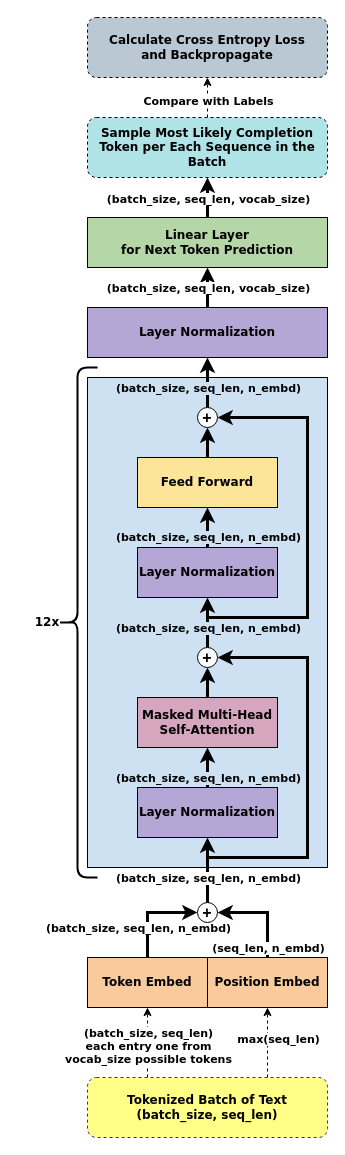
Before: 9 - Reproducing GPT-2/images/gpt2_layout_shuffle_shapes.drawio in MK2112/nn-zero-to-hero-notes, a draw.io diagram. Source tidied: cells renumbered, new cells numbered last; positions are measured from the earlier drawing's top-left corner, leaving out a move shared by most shapes. Both pictures are drawn from the tidied source at 100%, with x=0, y=0 at pixel (17, 17).
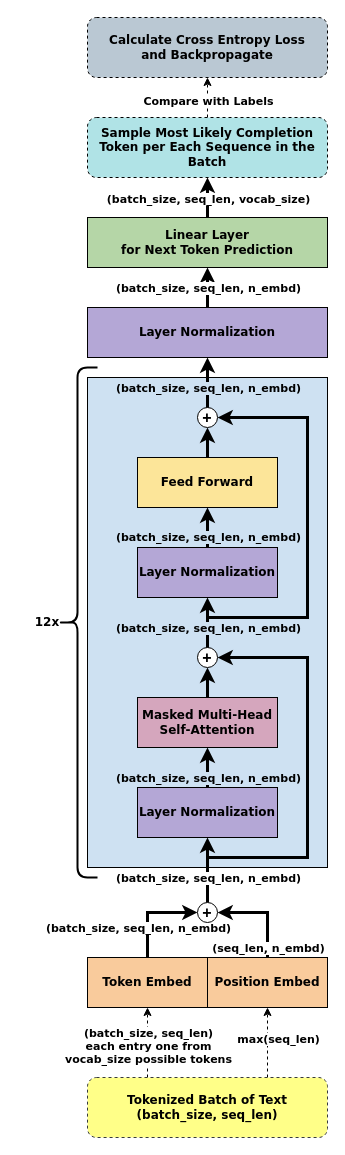
The same page after the edit.

Change to the diagram source:
```diff
@@
-    <mxCell id="49" value="&lt;b&gt;(batch_size, seq_len, vocab_size)&lt;/b&gt;" style="edgeLabel;html=1;align=center;verticalAlign=middle;fontFamily=Verdana;" parent="1" vertex="1">
+    <mxCell id="49" value="&lt;b&gt;(batch_size, seq_len, n_embd)&lt;/b&gt;" style="edgeLabel;html=1;align=center;verticalAlign=middle;fontFamily=Verdana;" parent="1" vertex="1">
       <mxGeometry x="190" y="270" as="geometry" />
     </mxCell>
```
